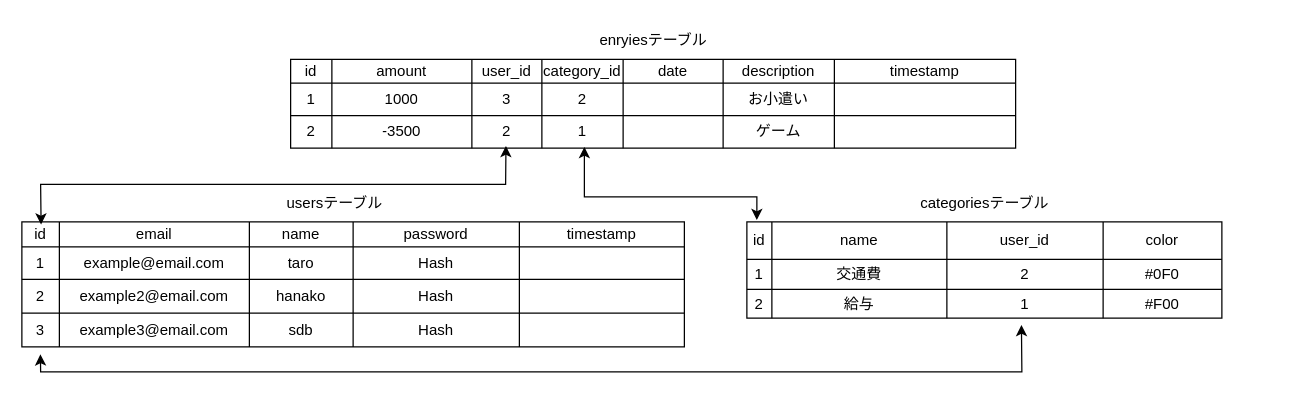
Earlier version of the draw.io diagram blueprint.drawio (somanosuke/Test-Laravel-App). Source tidied: cells renumbered, new cells numbered last; positions are measured from the earlier drawing's top-left corner, leaving out a move shared by most shapes. Both pictures are drawn from the tidied source at 125%, with x=0, y=0 at pixel (21, 21).
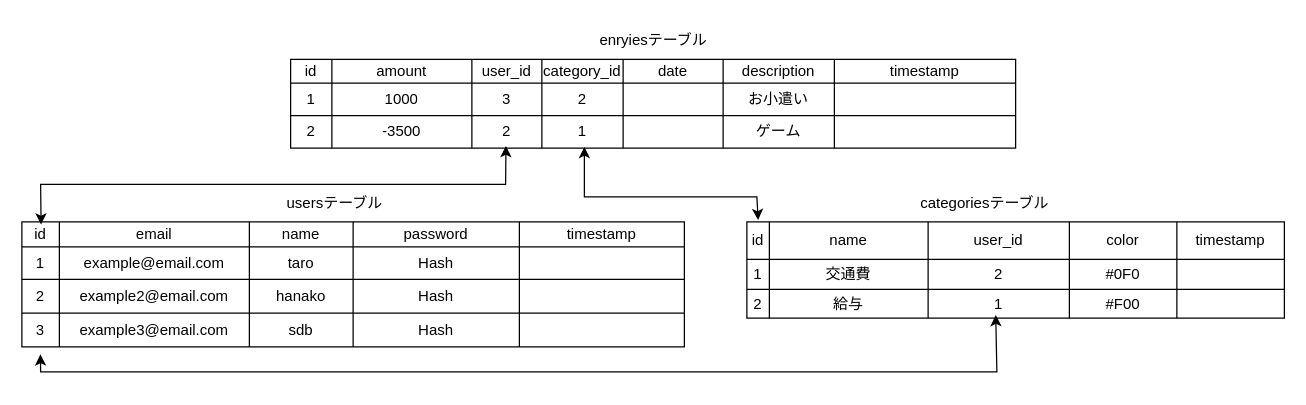
Above is the later version.

Commit message:
blueprint.drawio を更新します

Unchanged cells that the change refers to:
```xml
<mxCell id="48" style="shape=tableRow;horizontal=0;startSize=0;swimlaneHead=0;swimlaneBody=0;strokeColor=inherit;top=0;left=0;bottom=0;right=0;fillColor=none;points=[[0,0.5],[1,0.5]];portConstraint=eastwest;" parent="29" vertex="1">
  <mxGeometry y="73" width="530" height="27" as="geometry" />
</mxCell>
```

Diff of the diagram source:
```diff
@@
     <mxCell id="55" style="shape=table;startSize=0;childLayout=tableLayout;" parent="1" vertex="1">
-      <mxGeometry x="580" y="160" width="380" height="77" as="geometry" />
+      <mxGeometry x="580" y="160" width="430" height="77" as="geometry" />
     </mxCell>
     <mxCell id="56" style="shape=tableRow;horizontal=0;startSize=0;swimlaneHead=0;swimlaneBody=0;strokeColor=inherit;top=0;left=0;bottom=0;right=0;fillColor=none;points=[[0,0.5],[1,0.5]];portConstraint=eastwest;" parent="55" vertex="1">
-      <mxGeometry width="380" height="30" as="geometry" />
+      <mxGeometry width="430" height="30" as="geometry" />
     </mxCell>
     <mxCell id="57" value="id" style="shape=partialRectangle;html=1;whiteSpace=wrap;strokeColor=inherit;overflow=hidden;fillColor=none;top=0;left=0;bottom=0;right=0;" parent="56" vertex="1">
-      <mxGeometry width="20" height="30" as="geometry" />
+      <mxGeometry width="18" height="30" as="geometry" />
     </mxCell>
     <mxCell id="58" value="name" style="shape=partialRectangle;html=1;whiteSpace=wrap;strokeColor=inherit;overflow=hidden;fillColor=none;top=0;left=0;bottom=0;right=0;" parent="56" vertex="1">
-      <mxGeometry x="20" width="140" height="30" as="geometry" />
+      <mxGeometry x="18" width="127" height="30" as="geometry" />
     </mxCell>
     <mxCell id="59" value="user_id" style="shape=partialRectangle;html=1;whiteSpace=wrap;strokeColor=inherit;overflow=hidden;fillColor=none;top=0;left=0;bottom=0;right=0;" parent="56" vertex="1">
-      <mxGeometry x="160" width="125" height="30" as="geometry" />
+      <mxGeometry x="145" width="113" height="30" as="geometry" />
     </mxCell>
     <mxCell id="60" value="color" style="shape=partialRectangle;html=1;whiteSpace=wrap;strokeColor=inherit;overflow=hidden;fillColor=none;top=0;left=0;bottom=0;right=0;" parent="56" vertex="1">
-      <mxGeometry x="285" width="95" height="30" as="geometry" />
+      <mxGeometry x="258" width="86" height="30" as="geometry" />
     </mxCell>
+    <mxCell id="74" value="timestamp" style="shape=partialRectangle;html=1;whiteSpace=wrap;strokeColor=inherit;overflow=hidden;fillColor=none;top=0;left=0;bottom=0;right=0;" parent="56" vertex="1">
+      <mxGeometry x="344" width="86" height="30" as="geometry" />
+    </mxCell>
     <mxCell id="61" style="shape=tableRow;horizontal=0;startSize=0;swimlaneHead=0;swimlaneBody=0;strokeColor=inherit;top=0;left=0;bottom=0;right=0;fillColor=none;" parent="55" vertex="1">
-      <mxGeometry y="30" width="380" height="24" as="geometry" />
+      <mxGeometry y="30" width="430" height="24" as="geometry" />
     </mxCell>
     <mxCell id="62" value="1" style="shape=partialRectangle;html=1;whiteSpace=wrap;strokeColor=inherit;overflow=hidden;fillColor=none;top=0;left=0;bottom=0;right=0;" parent="61" vertex="1">
-      <mxGeometry width="20" height="24" as="geometry" />
+      <mxGeometry width="18" height="24" as="geometry" />
     </mxCell>
     <mxCell id="63" value="交通費" style="shape=partialRectangle;html=1;whiteSpace=wrap;strokeColor=inherit;overflow=hidden;fillColor=none;top=0;left=0;bottom=0;right=0;" parent="61" vertex="1">
-      <mxGeometry x="20" width="140" height="24" as="geometry" />
+      <mxGeometry x="18" width="127" height="24" as="geometry" />
     </mxCell>
     <mxCell id="64" value="2" style="shape=partialRectangle;html=1;whiteSpace=wrap;strokeColor=inherit;overflow=hidden;fillColor=none;top=0;left=0;bottom=0;right=0;" parent="61" vertex="1">
-      <mxGeometry x="160" width="125" height="24" as="geometry" />
+      <mxGeometry x="145" width="113" height="24" as="geometry" />
     </mxCell>
     <mxCell id="65" value="#0F0" style="shape=partialRectangle;html=1;whiteSpace=wrap;strokeColor=inherit;overflow=hidden;fillColor=none;top=0;left=0;bottom=0;right=0;" parent="61" vertex="1">
-      <mxGeometry x="285" width="95" height="24" as="geometry" />
+      <mxGeometry x="258" width="86" height="24" as="geometry" />
     </mxCell>
+    <mxCell id="75" style="shape=partialRectangle;html=1;whiteSpace=wrap;strokeColor=inherit;overflow=hidden;fillColor=none;top=0;left=0;bottom=0;right=0;" parent="61" vertex="1">
+      <mxGeometry x="344" width="86" height="24" as="geometry" />
+    </mxCell>
     <mxCell id="66" style="shape=tableRow;horizontal=0;startSize=0;swimlaneHead=0;swimlaneBody=0;strokeColor=inherit;top=0;left=0;bottom=0;right=0;fillColor=none;points=[[0,0.5],[1,0.5]];portConstraint=eastwest;" parent="55" vertex="1">
-      <mxGeometry y="54" width="380" height="23" as="geometry" />
+      <mxGeometry y="54" width="430" height="23" as="geometry" />
     </mxCell>
     <mxCell id="67" value="2" style="shape=partialRectangle;html=1;whiteSpace=wrap;strokeColor=inherit;overflow=hidden;fillColor=none;top=0;left=0;bottom=0;right=0;" parent="66" vertex="1">
-      <mxGeometry width="20" height="23" as="geometry" />
+      <mxGeometry width="18" height="23" as="geometry" />
     </mxCell>
     <mxCell id="68" value="給与" style="shape=partialRectangle;html=1;whiteSpace=wrap;strokeColor=inherit;overflow=hidden;fillColor=none;top=0;left=0;bottom=0;right=0;" parent="66" vertex="1">
-      <mxGeometry x="20" width="140" height="23" as="geometry" />
+      <mxGeometry x="18" width="127" height="23" as="geometry" />
     </mxCell>
     <mxCell id="69" value="1" style="shape=partialRectangle;html=1;whiteSpace=wrap;strokeColor=inherit;overflow=hidden;fillColor=none;top=0;left=0;bottom=0;right=0;" parent="66" vertex="1">
-      <mxGeometry x="160" width="125" height="23" as="geometry" />
+      <mxGeometry x="145" width="113" height="23" as="geometry" />
     </mxCell>
     <mxCell id="70" value="#F00" style="shape=partialRectangle;html=1;whiteSpace=wrap;strokeColor=inherit;overflow=hidden;fillColor=none;top=0;left=0;bottom=0;right=0;" parent="66" vertex="1">
-      <mxGeometry x="285" width="95" height="23" as="geometry" />
+      <mxGeometry x="258" width="86" height="23" as="geometry" />
     </mxCell>
+    <mxCell id="76" style="shape=partialRectangle;html=1;whiteSpace=wrap;strokeColor=inherit;overflow=hidden;fillColor=none;top=0;left=0;bottom=0;right=0;" parent="66" vertex="1">
+      <mxGeometry x="344" width="86" height="23" as="geometry" />
+    </mxCell>
@@
-    <mxCell id="73" style="endArrow=classic;startArrow=classic;html=1;rounded=0;entryX=0.578;entryY=1.239;entryDx=0;entryDy=0;entryPerimeter=0;exitX=0.028;exitY=1.222;exitDx=0;exitDy=0;exitPerimeter=0;" parent="1" edge="1" source="48" target="66">
+    <mxCell id="73" style="endArrow=classic;startArrow=classic;html=1;rounded=0;exitX=0.028;exitY=1.222;exitDx=0;exitDy=0;exitPerimeter=0;entryX=0.463;entryY=0.891;entryDx=0;entryDy=0;entryPerimeter=0;" parent="1" edge="1" source="48" target="66">
       <mxGeometry relative="1" as="geometry">
         <Array as="points">
           <mxPoint x="15" y="280" />
-          <mxPoint x="800" y="280" />
+          <mxPoint x="780" y="280" />
         </Array>
       </mxGeometry>
     </mxCell>
```
